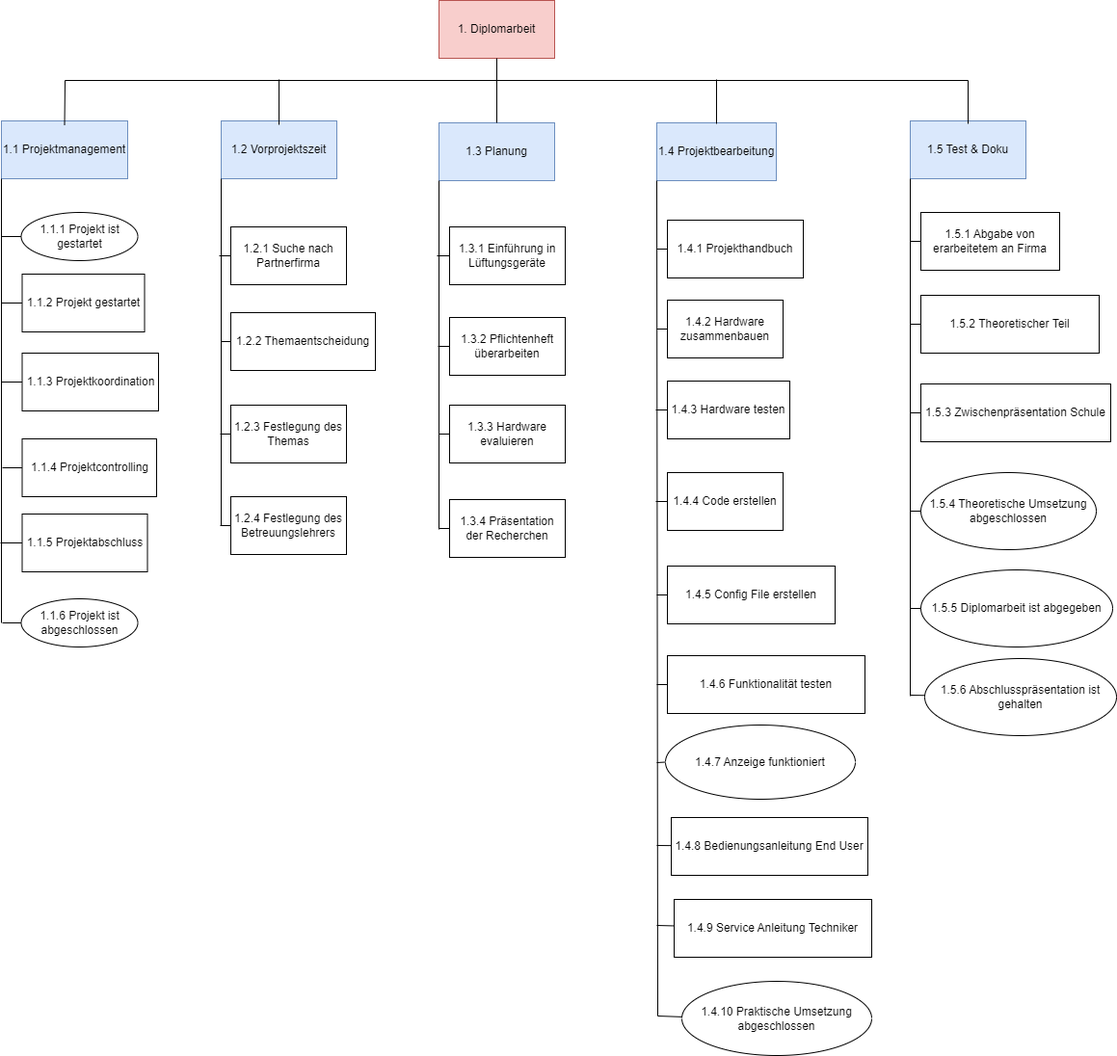
Earlier version of the draw.io export Bilder/projektstrukturplan.png (DevGnomino/DA_LaTeX_Template_HTL_Dornbirn). Source tidied: cells renumbered, new cells last; positions are measured from the earlier drawing's top-left corner, leaving out a move shared by most shapes. Its diagram source:
```xml
<mxGraphModel>
  <root>
    <mxCell id="0" />
    <mxCell id="1" parent="0" />
    <mxCell id="2" value="1. Diplomarbeit" style="rounded=0;whiteSpace=wrap;html=1;fillColor=#f8cecc;strokeColor=#b85450;" parent="1" vertex="1">
      <mxGeometry x="455" width="120" height="60" as="geometry" />
    </mxCell>
    <mxCell id="3" value="1.1 Projektmanagement" style="rounded=0;whiteSpace=wrap;html=1;fillColor=#dae8fc;strokeColor=#6c8ebf;" parent="1" vertex="1">
      <mxGeometry x="1" y="125" width="131" height="60" as="geometry" />
    </mxCell>
    <mxCell id="4" value="1.2 Vorprojektszeit" style="rounded=0;whiteSpace=wrap;html=1;fillColor=#dae8fc;strokeColor=#6c8ebf;" parent="1" vertex="1">
      <mxGeometry x="229" y="125" width="120" height="60" as="geometry" />
    </mxCell>
    <mxCell id="5" value="1.3 Planung" style="rounded=0;whiteSpace=wrap;html=1;fillColor=#dae8fc;strokeColor=#6c8ebf;" parent="1" vertex="1">
      <mxGeometry x="455" y="127" width="120" height="60" as="geometry" />
    </mxCell>
    <mxCell id="6" value="1.4 Projektbearbeitung" style="rounded=0;whiteSpace=wrap;html=1;fillColor=#dae8fc;strokeColor=#6c8ebf;" parent="1" vertex="1">
      <mxGeometry x="681" y="127" width="124" height="60" as="geometry" />
    </mxCell>
    <mxCell id="7" value="1.1.1 Projekt ist gestartet" style="ellipse;whiteSpace=wrap;html=1;" parent="1" vertex="1">
      <mxGeometry x="21.5" y="220" width="121" height="50" as="geometry" />
    </mxCell>
    <mxCell id="8" value="1.1.3 Projektkoordination" style="rounded=0;whiteSpace=wrap;html=1;" parent="1" vertex="1">
      <mxGeometry x="22.5" y="366" width="141.5" height="60" as="geometry" />
    </mxCell>
    <mxCell id="9" value="1.1.4 Projektcontrolling" style="rounded=0;whiteSpace=wrap;html=1;" parent="1" vertex="1">
      <mxGeometry x="22.5" y="455" width="139.5" height="60" as="geometry" />
    </mxCell>
    <mxCell id="10" value="1.1.5 Projektabschluss" style="rounded=0;whiteSpace=wrap;html=1;" parent="1" vertex="1">
      <mxGeometry x="22.5" y="533" width="130" height="60" as="geometry" />
    </mxCell>
    <mxCell id="11" value="1.1.6 Projekt ist abgeschlossen" style="ellipse;whiteSpace=wrap;html=1;" parent="1" vertex="1">
      <mxGeometry x="21.5" y="621" width="121" height="50" as="geometry" />
    </mxCell>
    <mxCell id="12" style="endArrow=none;html=1;rounded=0;entryX=0;entryY=1;entryDx=0;entryDy=0;" parent="1" edge="1" target="3">
      <mxGeometry relative="1" as="geometry">
        <mxPoint x="1" y="646" as="sourcePoint" />
      </mxGeometry>
    </mxCell>
    <mxCell id="13" style="endArrow=none;html=1;rounded=0;exitX=0;exitY=0.5;exitDx=0;exitDy=0;" parent="1" edge="1" source="7">
      <mxGeometry relative="1" as="geometry">
        <mxPoint x="1" y="245" as="targetPoint" />
      </mxGeometry>
    </mxCell>
    <mxCell id="14" style="endArrow=none;html=1;rounded=0;exitX=0;exitY=0.5;exitDx=0;exitDy=0;" parent="1" edge="1" source="8">
      <mxGeometry relative="1" as="geometry">
        <mxPoint x="1" y="396" as="targetPoint" />
      </mxGeometry>
    </mxCell>
    <mxCell id="15" style="endArrow=none;html=1;rounded=0;exitX=0;exitY=0.5;exitDx=0;exitDy=0;" parent="1" edge="1" source="9">
      <mxGeometry relative="1" as="geometry">
        <mxPoint x="2" y="485" as="targetPoint" />
      </mxGeometry>
    </mxCell>
    <mxCell id="16" style="endArrow=none;html=1;rounded=0;exitX=0;exitY=0.5;exitDx=0;exitDy=0;" parent="1" edge="1" source="10">
      <mxGeometry relative="1" as="geometry">
        <mxPoint y="563" as="targetPoint" />
      </mxGeometry>
    </mxCell>
    <mxCell id="17" style="endArrow=none;html=1;rounded=0;exitX=0;exitY=0.5;exitDx=0;exitDy=0;" parent="1" edge="1" source="11">
      <mxGeometry relative="1" as="geometry">
        <mxPoint x="2" y="646" as="targetPoint" />
      </mxGeometry>
    </mxCell>
    <mxCell id="18" value="1.5 Test &amp;amp; Doku" style="rounded=0;whiteSpace=wrap;html=1;fillColor=#dae8fc;strokeColor=#6c8ebf;" parent="1" vertex="1">
      <mxGeometry x="944" y="125" width="120" height="60" as="geometry" />
    </mxCell>
    <mxCell id="19" style="endArrow=none;html=1;rounded=0;exitX=0.5;exitY=1;exitDx=0;exitDy=0;entryX=0.5;entryY=0;entryDx=0;entryDy=0;" parent="1" edge="1" source="2" target="5">
      <mxGeometry relative="1" as="geometry" />
    </mxCell>
    <mxCell id="20" style="endArrow=none;html=1;rounded=0;exitX=0.5;exitY=0;exitDx=0;exitDy=0;" parent="1" edge="1">
      <mxGeometry relative="1" as="geometry">
        <mxPoint x="66.5" y="129" as="sourcePoint" />
        <mxPoint x="515" y="83" as="targetPoint" />
        <Array as="points">
          <mxPoint x="67" y="83" />
        </Array>
      </mxGeometry>
    </mxCell>
    <mxCell id="21" style="endArrow=none;html=1;rounded=0;exitX=0.5;exitY=0;exitDx=0;exitDy=0;" parent="1" edge="1">
      <mxGeometry relative="1" as="geometry">
        <mxPoint x="289" y="129" as="sourcePoint" />
        <mxPoint x="289" y="82" as="targetPoint" />
      </mxGeometry>
    </mxCell>
    <mxCell id="22" style="endArrow=none;html=1;rounded=0;exitX=0.5;exitY=0;exitDx=0;exitDy=0;" parent="1" edge="1">
      <mxGeometry relative="1" as="geometry">
        <mxPoint x="1004" y="128" as="sourcePoint" />
        <mxPoint x="514" y="83" as="targetPoint" />
        <Array as="points">
          <mxPoint x="1004" y="83" />
        </Array>
      </mxGeometry>
    </mxCell>
    <mxCell id="23" style="endArrow=none;html=1;rounded=0;exitX=0.5;exitY=0;exitDx=0;exitDy=0;" parent="1" edge="1">
      <mxGeometry relative="1" as="geometry">
        <mxPoint x="743" y="128" as="sourcePoint" />
        <mxPoint x="743" y="82" as="targetPoint" />
      </mxGeometry>
    </mxCell>
    <mxCell id="24" value="1.2.1 Suche nach Partnerfirma" style="rounded=0;whiteSpace=wrap;html=1;" parent="1" vertex="1">
      <mxGeometry x="239" y="235" width="120" height="60" as="geometry" />
    </mxCell>
    <mxCell id="25" value="1.2.2 Themaentscheidung" style="rounded=0;whiteSpace=wrap;html=1;" parent="1" vertex="1">
      <mxGeometry x="239" y="324" width="150" height="60" as="geometry" />
    </mxCell>
    <mxCell id="26" value="1.2.3 Festlegung des Themas" style="rounded=0;whiteSpace=wrap;html=1;" parent="1" vertex="1">
      <mxGeometry x="239" y="420" width="120" height="60" as="geometry" />
    </mxCell>
    <mxCell id="27" value="1.2.4 Festlegung des Betreuungslehrers" style="rounded=0;whiteSpace=wrap;html=1;" parent="1" vertex="1">
      <mxGeometry x="239" y="515" width="120" height="60" as="geometry" />
    </mxCell>
    <mxCell id="28" style="endArrow=none;html=1;rounded=0;exitX=0;exitY=1;exitDx=0;exitDy=0;" parent="1" edge="1" source="4">
      <mxGeometry relative="1" as="geometry">
        <mxPoint x="229" y="545" as="targetPoint" />
      </mxGeometry>
    </mxCell>
    <mxCell id="29" style="endArrow=none;html=1;rounded=0;exitX=0;exitY=0.5;exitDx=0;exitDy=0;" parent="1" edge="1" source="27">
      <mxGeometry relative="1" as="geometry">
        <mxPoint x="228" y="545" as="targetPoint" />
      </mxGeometry>
    </mxCell>
    <mxCell id="30" style="endArrow=none;html=1;rounded=0;exitX=0;exitY=0.5;exitDx=0;exitDy=0;" parent="1" edge="1" source="26">
      <mxGeometry relative="1" as="geometry">
        <mxPoint x="228" y="450" as="targetPoint" />
      </mxGeometry>
    </mxCell>
    <mxCell id="31" style="endArrow=none;html=1;rounded=0;exitX=0;exitY=0.5;exitDx=0;exitDy=0;" parent="1" edge="1" source="25">
      <mxGeometry relative="1" as="geometry">
        <mxPoint x="229" y="354" as="targetPoint" />
      </mxGeometry>
    </mxCell>
    <mxCell id="32" style="endArrow=none;html=1;rounded=0;exitX=0;exitY=0.5;exitDx=0;exitDy=0;" parent="1" edge="1" source="24">
      <mxGeometry relative="1" as="geometry">
        <mxPoint x="227" y="265" as="targetPoint" />
      </mxGeometry>
    </mxCell>
    <mxCell id="33" value="1.3.1 Einführung in Lüftungsgeräte" style="rounded=0;whiteSpace=wrap;html=1;" parent="1" vertex="1">
      <mxGeometry x="466" y="235" width="120" height="60" as="geometry" />
    </mxCell>
    <mxCell id="34" value="1.3.2 Pflichtenheft überarbeiten" style="rounded=0;whiteSpace=wrap;html=1;" parent="1" vertex="1">
      <mxGeometry x="466" y="329" width="120" height="60" as="geometry" />
    </mxCell>
    <mxCell id="35" value="1.3.3 Hardware evaluieren" style="rounded=0;whiteSpace=wrap;html=1;" parent="1" vertex="1">
      <mxGeometry x="466" y="420" width="120" height="60" as="geometry" />
    </mxCell>
    <mxCell id="36" value="1.3.4 Präsentation der Recherchen" style="rounded=0;whiteSpace=wrap;html=1;" parent="1" vertex="1">
      <mxGeometry x="466" y="518" width="120" height="60" as="geometry" />
    </mxCell>
    <mxCell id="37" style="endArrow=none;html=1;rounded=0;exitX=0;exitY=1;exitDx=0;exitDy=0;" parent="1" edge="1" source="5">
      <mxGeometry relative="1" as="geometry">
        <mxPoint x="455" y="549" as="targetPoint" />
      </mxGeometry>
    </mxCell>
    <mxCell id="38" style="endArrow=none;html=1;rounded=0;exitX=0;exitY=0.5;exitDx=0;exitDy=0;" parent="1" edge="1" source="36">
      <mxGeometry relative="1" as="geometry">
        <mxPoint x="455" y="548" as="targetPoint" />
      </mxGeometry>
    </mxCell>
    <mxCell id="39" style="endArrow=none;html=1;rounded=0;exitX=0;exitY=0.5;exitDx=0;exitDy=0;" parent="1" edge="1" source="35">
      <mxGeometry relative="1" as="geometry">
        <mxPoint x="455" y="450" as="targetPoint" />
      </mxGeometry>
    </mxCell>
    <mxCell id="40" style="endArrow=none;html=1;rounded=0;exitX=0;exitY=0.5;exitDx=0;exitDy=0;" parent="1" edge="1" source="34">
      <mxGeometry relative="1" as="geometry">
        <mxPoint x="454" y="359" as="targetPoint" />
      </mxGeometry>
    </mxCell>
    <mxCell id="41" style="endArrow=none;html=1;rounded=0;exitX=0;exitY=0.5;exitDx=0;exitDy=0;" parent="1" edge="1" source="33">
      <mxGeometry relative="1" as="geometry">
        <mxPoint x="453" y="265" as="targetPoint" />
      </mxGeometry>
    </mxCell>
    <mxCell id="42" value="1.1.2 Projekt gestartet" style="rounded=0;whiteSpace=wrap;html=1;" parent="1" vertex="1">
      <mxGeometry x="22.5" y="284" width="127" height="60" as="geometry" />
    </mxCell>
    <mxCell id="43" style="endArrow=none;html=1;rounded=0;exitX=0;exitY=0.5;exitDx=0;exitDy=0;" parent="1" edge="1" source="42">
      <mxGeometry relative="1" as="geometry">
        <mxPoint x="1" y="314" as="targetPoint" />
      </mxGeometry>
    </mxCell>
    <mxCell id="44" value="1.5.1 Abgabe von erarbeitetem an Firma" style="rounded=0;whiteSpace=wrap;html=1;" parent="1" vertex="1">
      <mxGeometry x="955" y="220" width="144" height="60" as="geometry" />
    </mxCell>
    <mxCell id="45" value="1.4.1 Projekthandbuch" style="rounded=0;whiteSpace=wrap;html=1;" parent="1" vertex="1">
      <mxGeometry x="692" y="228" width="141" height="60" as="geometry" />
    </mxCell>
    <mxCell id="46" value="1.4.2 Hardware zusammenbauen" style="rounded=0;whiteSpace=wrap;html=1;" parent="1" vertex="1">
      <mxGeometry x="692" y="311" width="120" height="60" as="geometry" />
    </mxCell>
    <mxCell id="47" value="1.4.3 Hardware testen" style="rounded=0;whiteSpace=wrap;html=1;" parent="1" vertex="1">
      <mxGeometry x="692" y="395" width="127" height="60" as="geometry" />
    </mxCell>
    <mxCell id="48" value="1.4.4 Code erstellen" style="rounded=0;whiteSpace=wrap;html=1;" parent="1" vertex="1">
      <mxGeometry x="692" y="490" width="120" height="60" as="geometry" />
    </mxCell>
    <mxCell id="49" value="1.4.10 Praktische Umsetzung abgeschlossen" style="ellipse;whiteSpace=wrap;html=1;" parent="1" vertex="1">
      <mxGeometry x="707" y="1018" width="197" height="77" as="geometry" />
    </mxCell>
    <mxCell id="50" value="1.4.5 Config File erstellen" style="rounded=0;whiteSpace=wrap;html=1;" parent="1" vertex="1">
      <mxGeometry x="692" y="587" width="174" height="60" as="geometry" />
    </mxCell>
    <mxCell id="51" value="1.4.6 Funktionalität testen" style="rounded=0;whiteSpace=wrap;html=1;" parent="1" vertex="1">
      <mxGeometry x="692" y="680" width="205" height="60" as="geometry" />
    </mxCell>
    <mxCell id="52" style="endArrow=none;html=1;rounded=0;entryX=0;entryY=1;entryDx=0;entryDy=0;" parent="1" edge="1" target="6">
      <mxGeometry relative="1" as="geometry">
        <mxPoint x="682" y="1054" as="sourcePoint" />
      </mxGeometry>
    </mxCell>
    <mxCell id="53" style="endArrow=none;html=1;rounded=0;entryX=0;entryY=0.5;entryDx=0;entryDy=0;" parent="1" edge="1" target="45">
      <mxGeometry relative="1" as="geometry">
        <mxPoint x="681" y="258" as="sourcePoint" />
      </mxGeometry>
    </mxCell>
    <mxCell id="54" style="endArrow=none;html=1;rounded=0;entryX=0;entryY=0.5;entryDx=0;entryDy=0;" parent="1" edge="1" target="46">
      <mxGeometry relative="1" as="geometry">
        <mxPoint x="681" y="341" as="sourcePoint" />
      </mxGeometry>
    </mxCell>
    <mxCell id="55" style="endArrow=none;html=1;rounded=0;entryX=0;entryY=0.5;entryDx=0;entryDy=0;" parent="1" edge="1" target="47">
      <mxGeometry relative="1" as="geometry">
        <mxPoint x="680" y="425" as="sourcePoint" />
      </mxGeometry>
    </mxCell>
    <mxCell id="56" style="endArrow=none;html=1;rounded=0;entryX=0;entryY=0.5;entryDx=0;entryDy=0;" parent="1" edge="1" target="48">
      <mxGeometry relative="1" as="geometry">
        <mxPoint x="680" y="520" as="sourcePoint" />
      </mxGeometry>
    </mxCell>
    <mxCell id="57" style="endArrow=none;html=1;rounded=0;entryX=0;entryY=0.5;entryDx=0;entryDy=0;" parent="1" edge="1" target="50">
      <mxGeometry relative="1" as="geometry">
        <mxPoint x="681" y="617" as="sourcePoint" />
      </mxGeometry>
    </mxCell>
    <mxCell id="58" style="endArrow=none;html=1;rounded=0;entryX=0;entryY=0.5;entryDx=0;entryDy=0;" parent="1" edge="1" target="51">
      <mxGeometry relative="1" as="geometry">
        <mxPoint x="681" y="710" as="sourcePoint" />
      </mxGeometry>
    </mxCell>
    <mxCell id="59" style="endArrow=none;html=1;rounded=0;" parent="1" edge="1" target="70">
      <mxGeometry relative="1" as="geometry">
        <mxPoint x="681" y="791" as="sourcePoint" />
      </mxGeometry>
    </mxCell>
    <mxCell id="60" value="1.5.2 Theoretischer Teil" style="rounded=0;whiteSpace=wrap;html=1;" parent="1" vertex="1">
      <mxGeometry x="955" y="306" width="185" height="60" as="geometry" />
    </mxCell>
    <mxCell id="61" value="1.5.3 Zwischenpräsentation Schule" style="rounded=0;whiteSpace=wrap;html=1;" parent="1" vertex="1">
      <mxGeometry x="955" y="398" width="197" height="60" as="geometry" />
    </mxCell>
    <mxCell id="62" value="1.5.4 Theoretische Umsetzung abgeschlossen" style="ellipse;whiteSpace=wrap;html=1;" parent="1" vertex="1">
      <mxGeometry x="955" y="490" width="182" height="80" as="geometry" />
    </mxCell>
    <mxCell id="63" value="1.5.5 Diplomarbeit ist abgegeben" style="ellipse;whiteSpace=wrap;html=1;" parent="1" vertex="1">
      <mxGeometry x="955" y="591" width="199" height="80" as="geometry" />
    </mxCell>
    <mxCell id="64" style="endArrow=none;html=1;rounded=0;entryX=0;entryY=1;entryDx=0;entryDy=0;" parent="1" edge="1" target="18">
      <mxGeometry relative="1" as="geometry">
        <mxPoint x="944" y="722" as="sourcePoint" />
      </mxGeometry>
    </mxCell>
    <mxCell id="65" style="endArrow=none;html=1;rounded=0;entryX=0;entryY=0.5;entryDx=0;entryDy=0;" parent="1" edge="1" target="63">
      <mxGeometry relative="1" as="geometry">
        <mxPoint x="944" y="631" as="sourcePoint" />
      </mxGeometry>
    </mxCell>
    <mxCell id="66" style="endArrow=none;html=1;rounded=0;entryX=0;entryY=0.5;entryDx=0;entryDy=0;" parent="1" edge="1" target="62">
      <mxGeometry relative="1" as="geometry">
        <mxPoint x="944" y="530" as="sourcePoint" />
      </mxGeometry>
    </mxCell>
    <mxCell id="67" style="endArrow=none;html=1;rounded=0;entryX=0;entryY=0.5;entryDx=0;entryDy=0;" parent="1" edge="1" target="61">
      <mxGeometry relative="1" as="geometry">
        <mxPoint x="944" y="428" as="sourcePoint" />
      </mxGeometry>
    </mxCell>
    <mxCell id="68" style="endArrow=none;html=1;rounded=0;entryX=0;entryY=0.5;entryDx=0;entryDy=0;" parent="1" edge="1" target="60">
      <mxGeometry relative="1" as="geometry">
        <mxPoint x="944" y="336" as="sourcePoint" />
      </mxGeometry>
    </mxCell>
    <mxCell id="69" style="endArrow=none;html=1;rounded=0;entryX=0;entryY=0.5;entryDx=0;entryDy=0;" parent="1" edge="1" target="44">
      <mxGeometry relative="1" as="geometry">
        <mxPoint x="944" y="250" as="sourcePoint" />
      </mxGeometry>
    </mxCell>
    <mxCell id="70" value="1.4.7 Anzeige funktioniert" style="ellipse;whiteSpace=wrap;html=1;" parent="1" vertex="1">
      <mxGeometry x="690" y="752" width="197" height="77" as="geometry" />
    </mxCell>
    <mxCell id="71" value="1.4.8 Bedienungsanleitung End User" style="rounded=0;whiteSpace=wrap;html=1;" parent="1" vertex="1">
      <mxGeometry x="696" y="848" width="204" height="60" as="geometry" />
    </mxCell>
    <mxCell id="72" value="1.4.9 Service Anleitung Techniker" style="rounded=0;whiteSpace=wrap;html=1;" parent="1" vertex="1">
      <mxGeometry x="699" y="933" width="205" height="60" as="geometry" />
    </mxCell>
    <mxCell id="73" style="endArrow=none;html=1;rounded=0;" parent="1" edge="1" source="71">
      <mxGeometry relative="1" as="geometry">
        <mxPoint x="681" y="877" as="targetPoint" />
      </mxGeometry>
    </mxCell>
    <mxCell id="74" style="endArrow=none;html=1;rounded=0;" parent="1" edge="1" source="72">
      <mxGeometry relative="1" as="geometry">
        <mxPoint x="681" y="960" as="targetPoint" />
      </mxGeometry>
    </mxCell>
    <mxCell id="75" style="endArrow=none;html=1;rounded=0;" parent="1" edge="1" source="49">
      <mxGeometry relative="1" as="geometry">
        <mxPoint x="682" y="1054" as="targetPoint" />
      </mxGeometry>
    </mxCell>
    <mxCell id="76" value="1.5.6 Abschlusspräsentation ist gehalten" style="ellipse;whiteSpace=wrap;html=1;" parent="1" vertex="1">
      <mxGeometry x="959" y="683" width="199" height="80" as="geometry" />
    </mxCell>
    <mxCell id="77" style="endArrow=none;html=1;rounded=0;" parent="1" edge="1" source="76">
      <mxGeometry relative="1" as="geometry">
        <mxPoint x="944" y="721" as="targetPoint" />
      </mxGeometry>
    </mxCell>
  </root>
</mxGraphModel>
```
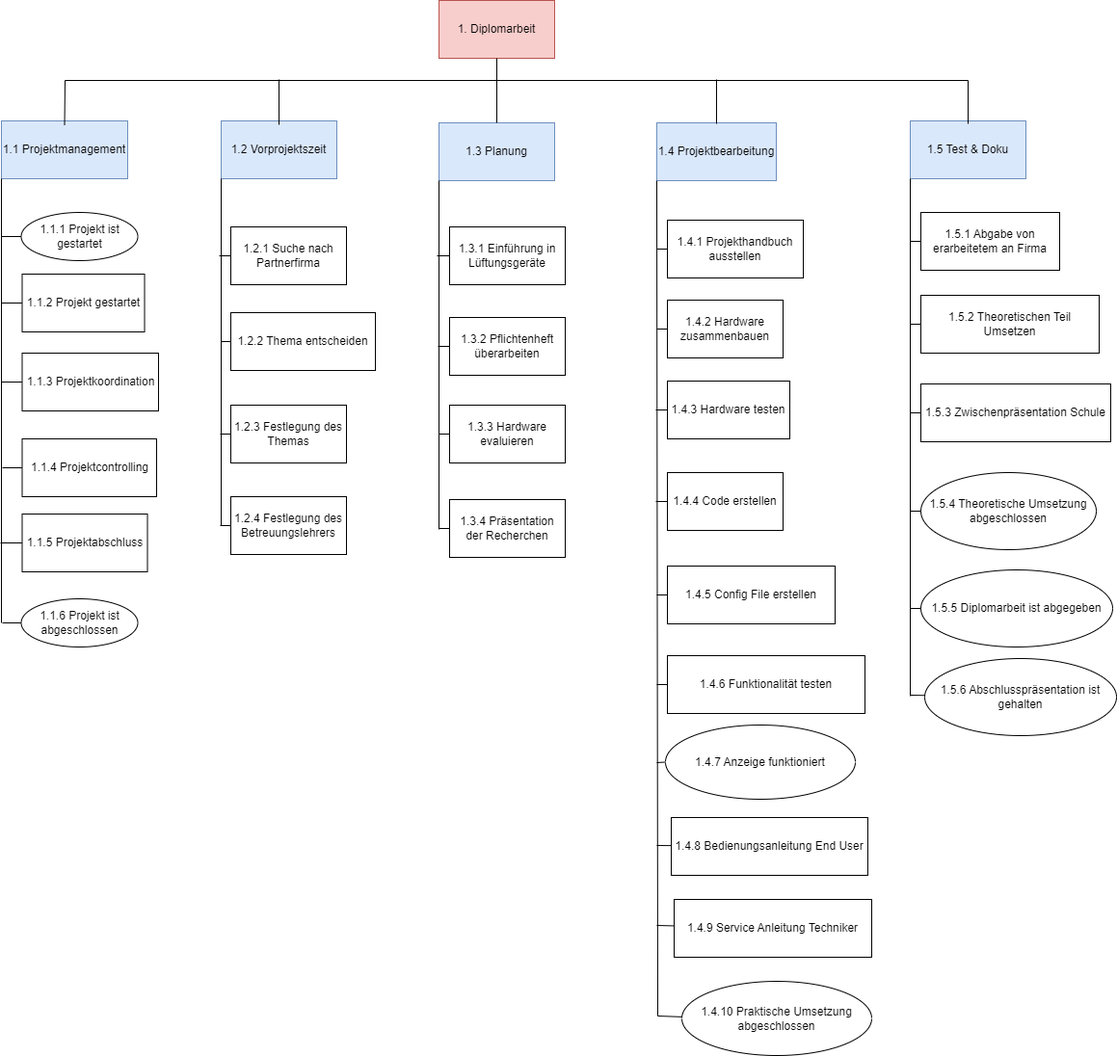
Above is the later version.

What changed in the source:
```diff
@@ -101,7 +101,7 @@
     <mxCell id="24" value="1.2.1 Suche nach Partnerfirma" style="rounded=0;whiteSpace=wrap;html=1;" parent="1" vertex="1">
       <mxGeometry x="239" y="235" width="120" height="60" as="geometry" />
     </mxCell>
-    <mxCell id="25" value="1.2.2 Themaentscheidung" style="rounded=0;whiteSpace=wrap;html=1;" parent="1" vertex="1">
+    <mxCell id="25" value="1.2.2 Thema entscheiden" style="rounded=0;whiteSpace=wrap;html=1;" parent="1" vertex="1">
       <mxGeometry x="239" y="324" width="150" height="60" as="geometry" />
     </mxCell>
     <mxCell id="26" value="1.2.3 Festlegung des Themas" style="rounded=0;whiteSpace=wrap;html=1;" parent="1" vertex="1">
@@ -183,7 +183,7 @@
     <mxCell id="44" value="1.5.1 Abgabe von erarbeitetem an Firma" style="rounded=0;whiteSpace=wrap;html=1;" parent="1" vertex="1">
       <mxGeometry x="955" y="220" width="144" height="60" as="geometry" />
     </mxCell>
-    <mxCell id="45" value="1.4.1 Projekthandbuch" style="rounded=0;whiteSpace=wrap;html=1;" parent="1" vertex="1">
+    <mxCell id="45" value="1.4.1 Projekthandbuch&lt;br&gt;ausstellen" style="rounded=0;whiteSpace=wrap;html=1;" parent="1" vertex="1">
       <mxGeometry x="692" y="228" width="141" height="60" as="geometry" />
     </mxCell>
     <mxCell id="46" value="1.4.2 Hardware zusammenbauen" style="rounded=0;whiteSpace=wrap;html=1;" parent="1" vertex="1">
@@ -244,7 +244,7 @@
         <mxPoint x="681" y="791" as="sourcePoint" />
       </mxGeometry>
     </mxCell>
-    <mxCell id="60" value="1.5.2 Theoretischer Teil" style="rounded=0;whiteSpace=wrap;html=1;" parent="1" vertex="1">
+    <mxCell id="60" value="1.5.2 Theoretischen Teil Umsetzen" style="rounded=0;whiteSpace=wrap;html=1;" parent="1" vertex="1">
       <mxGeometry x="955" y="306" width="185" height="60" as="geometry" />
     </mxCell>
     <mxCell id="61" value="1.5.3 Zwischenpräsentation Schule" style="rounded=0;whiteSpace=wrap;html=1;" parent="1" vertex="1">
```
